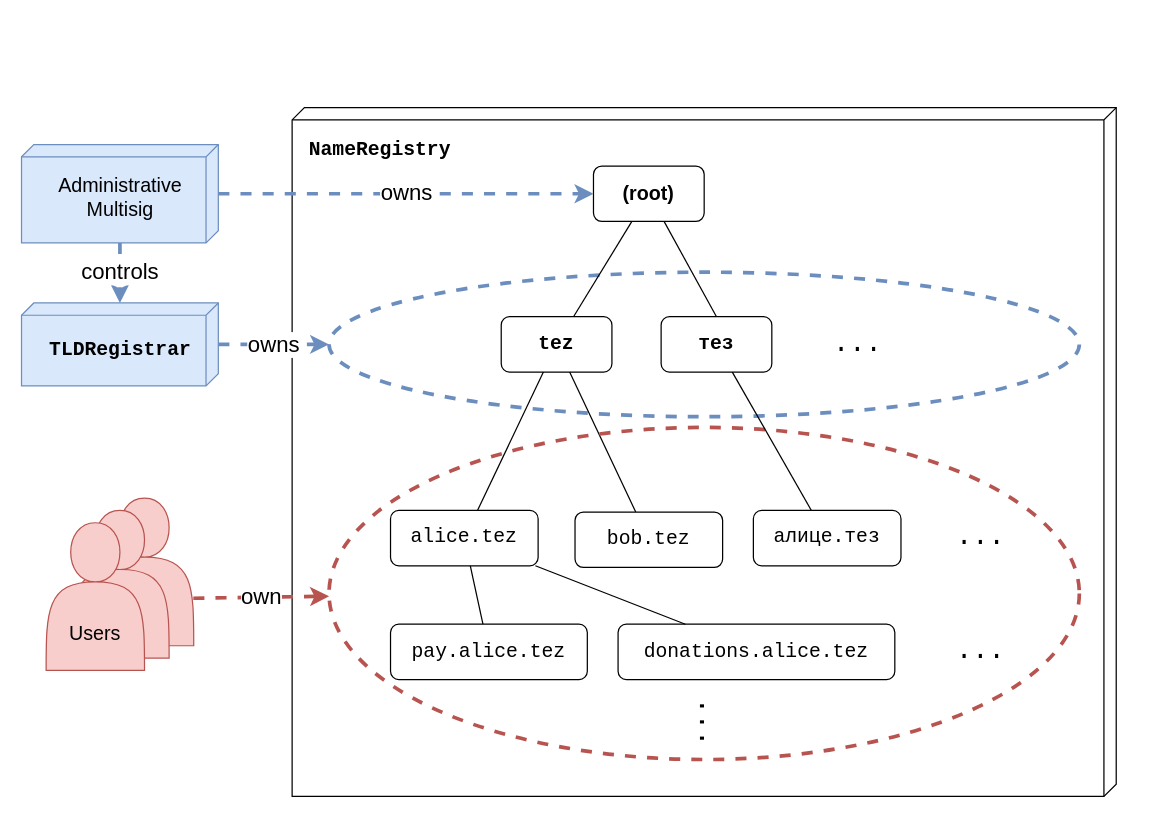
Earlier version of the draw.io diagram .gitbook/assets/ownership.drawio (tezos-domains/docs). Source tidied: cells renumbered, new cells numbered last; positions are measured from the earlier drawing's top-left corner, leaving out a move shared by most shapes. Both pictures are drawn from the tidied source at 123%, with x=0, y=0 at pixel (21, 107).
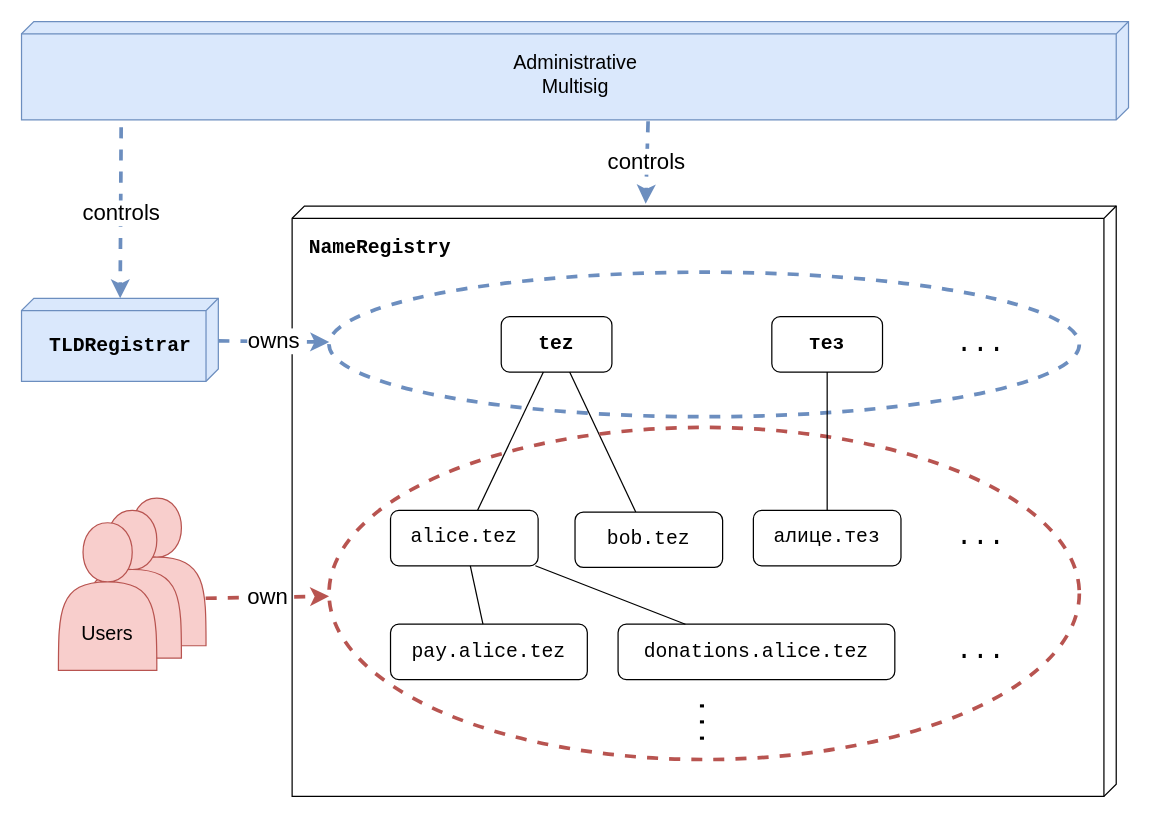
After the change.

Unchanged cells that the change refers to:
```xml
<mxCell id="5" value="&lt;font style=&quot;font-size: 16px&quot;&gt;tez&lt;/font&gt;" style="rounded=1;whiteSpace=wrap;html=1;fontFamily=Courier New;fontStyle=1;" parent="1" vertex="1">
  <mxGeometry x="390" y="170" width="90" height="45" as="geometry" />
</mxCell>
```

The edit, as a diff of the source:
```diff
@@
     <mxCell id="2" value="&lt;font style=&quot;line-height: 140%&quot;&gt;&lt;font face=&quot;Courier New&quot;&gt;&lt;b&gt;&lt;font style=&quot;font-size: 16px&quot;&gt;NameRegistry&lt;/font&gt;&lt;br style=&quot;font-size: 16px&quot;&gt;&lt;br style=&quot;font-size: 16px&quot;&gt;&lt;/b&gt;&lt;/font&gt;&lt;br&gt;&lt;/font&gt;" style="verticalAlign=top;align=left;spacingTop=16;spacingLeft=12;spacingRight=12;shape=cube;size=10;direction=south;fontStyle=0;html=1;fontSize=16;fontColor=#000000;" parent="1" vertex="1">
-      <mxGeometry x="220" width="670" height="560" as="geometry" />
+      <mxGeometry x="220" y="80" width="670" height="480" as="geometry" />
     </mxCell>
@@
-    <mxCell id="4" value="&lt;font style=&quot;font-size: 16px&quot;&gt;&lt;span&gt;(root)&lt;/span&gt;&lt;/font&gt;" style="rounded=1;whiteSpace=wrap;html=1;fontStyle=1;" parent="1" vertex="1">
-      <mxGeometry x="465" y="47.5" width="90" height="45" as="geometry" />
-    </mxCell>
@@
     <mxCell id="6" value="&lt;font style=&quot;font-size: 16px&quot;&gt;тез&lt;/font&gt;" style="rounded=1;whiteSpace=wrap;html=1;fontFamily=Courier New;fontStyle=1;" parent="1" vertex="1">
-      <mxGeometry x="520" y="170" width="90" height="45" as="geometry" />
+      <mxGeometry x="610" y="170" width="90" height="45" as="geometry" />
     </mxCell>
     <mxCell id="7" value="..." style="text;html=1;strokeColor=none;fillColor=none;align=center;verticalAlign=middle;whiteSpace=wrap;rounded=0;fontFamily=Courier New;fontSize=22;" parent="1" vertex="1">
-      <mxGeometry x="660" y="182.5" width="40" height="20" as="geometry" />
+      <mxGeometry x="760" y="182.5" width="40" height="20" as="geometry" />
     </mxCell>
-    <mxCell id="8" style="endArrow=none;html=1;fontFamily=Courier New;fontSize=22;" parent="1" edge="1" source="5" target="4">
-      <mxGeometry relative="1" as="geometry" />
-    </mxCell>
-    <mxCell id="9" style="endArrow=none;html=1;fontFamily=Courier New;fontSize=22;exitX=0.5;exitY=0;exitDx=0;exitDy=0;" parent="1" edge="1" source="6" target="4">
-      <mxGeometry relative="1" as="geometry" />
-    </mxCell>
@@
     <mxCell id="18" value="&lt;font&gt;&lt;font style=&quot;font-family: &amp;quot;courier new&amp;quot;; font-size: 16px;&quot;&gt;TLDRegistrar&lt;br&gt;&lt;/font&gt;&lt;/font&gt;" style="verticalAlign=middle;align=center;spacingTop=8;spacingLeft=12;spacingRight=12;shape=cube;size=10;direction=south;fontStyle=1;html=1;fontSize=16;fillColor=#dae8fc;strokeColor=#6c8ebf;" parent="1" vertex="1">
-      <mxGeometry y="158.8" width="160" height="67.5" as="geometry" />
+      <mxGeometry y="155" width="160" height="67.5" as="geometry" />
     </mxCell>
     <mxCell id="19" value="&lt;div&gt;&lt;span&gt;Administrative&lt;/span&gt;&lt;/div&gt;&lt;font&gt;&lt;div&gt;&lt;span&gt;Multisig&lt;/span&gt;&lt;/div&gt;&lt;/font&gt;" style="verticalAlign=middle;align=center;spacingTop=6;spacingLeft=12;spacingRight=12;shape=cube;size=10;direction=south;fontStyle=0;html=1;fontSize=16;fillColor=#dae8fc;strokeColor=#6c8ebf;" parent="1" vertex="1">
-      <mxGeometry y="30" width="160" height="80" as="geometry" />
+      <mxGeometry y="-70" width="900" height="80" as="geometry" />
     </mxCell>
-    <mxCell id="20" value="owns" style="endArrow=classic;dashed=1;html=1;fontFamily=Helvetica;fontSize=18;endFill=1;fillColor=#dae8fc;strokeColor=#6c8ebf;strokeWidth=3;fontColor=#000000;" parent="1" edge="1" source="19" target="4">
-      <mxGeometry relative="1" as="geometry" />
-    </mxCell>
     <mxCell id="21" style="group;" parent="1" vertex="1">
-      <mxGeometry x="20" y="340" width="120" height="140" as="geometry" />
+      <mxGeometry x="30" y="340" width="120" height="140" as="geometry" />
     </mxCell>
@@
-    <mxCell id="27" value="controls" style="endArrow=classic;dashed=1;html=1;fontFamily=Helvetica;fontSize=18;endFill=1;fillColor=#dae8fc;strokeColor=#6c8ebf;strokeWidth=3;fontColor=#000000;" parent="1" edge="1" source="19" target="18">
-      <mxGeometry relative="1" as="geometry" />
+    <mxCell id="27" value="controls" style="endArrow=classic;dashed=1;html=1;fontFamily=Helvetica;fontSize=18;endFill=1;fillColor=#dae8fc;strokeColor=#6c8ebf;strokeWidth=3;fontColor=#000000;" parent="1" edge="1" target="18">
+      <mxGeometry relative="1" as="geometry">
+        <mxPoint x="81" y="16" as="sourcePoint" />
+      </mxGeometry>
     </mxCell>
@@
+    <mxCell id="34" value="controls" style="endArrow=classic;dashed=1;html=1;fontFamily=Helvetica;fontSize=18;endFill=1;fillColor=#dae8fc;strokeColor=#6c8ebf;strokeWidth=3;fontColor=#000000;exitX=1.014;exitY=0.434;exitDx=0;exitDy=0;exitPerimeter=0;entryX=-0.004;entryY=0.571;entryDx=0;entryDy=0;entryPerimeter=0;" parent="1" edge="1" source="19" target="2">
+      <mxGeometry relative="1" as="geometry" />
+    </mxCell>
```
